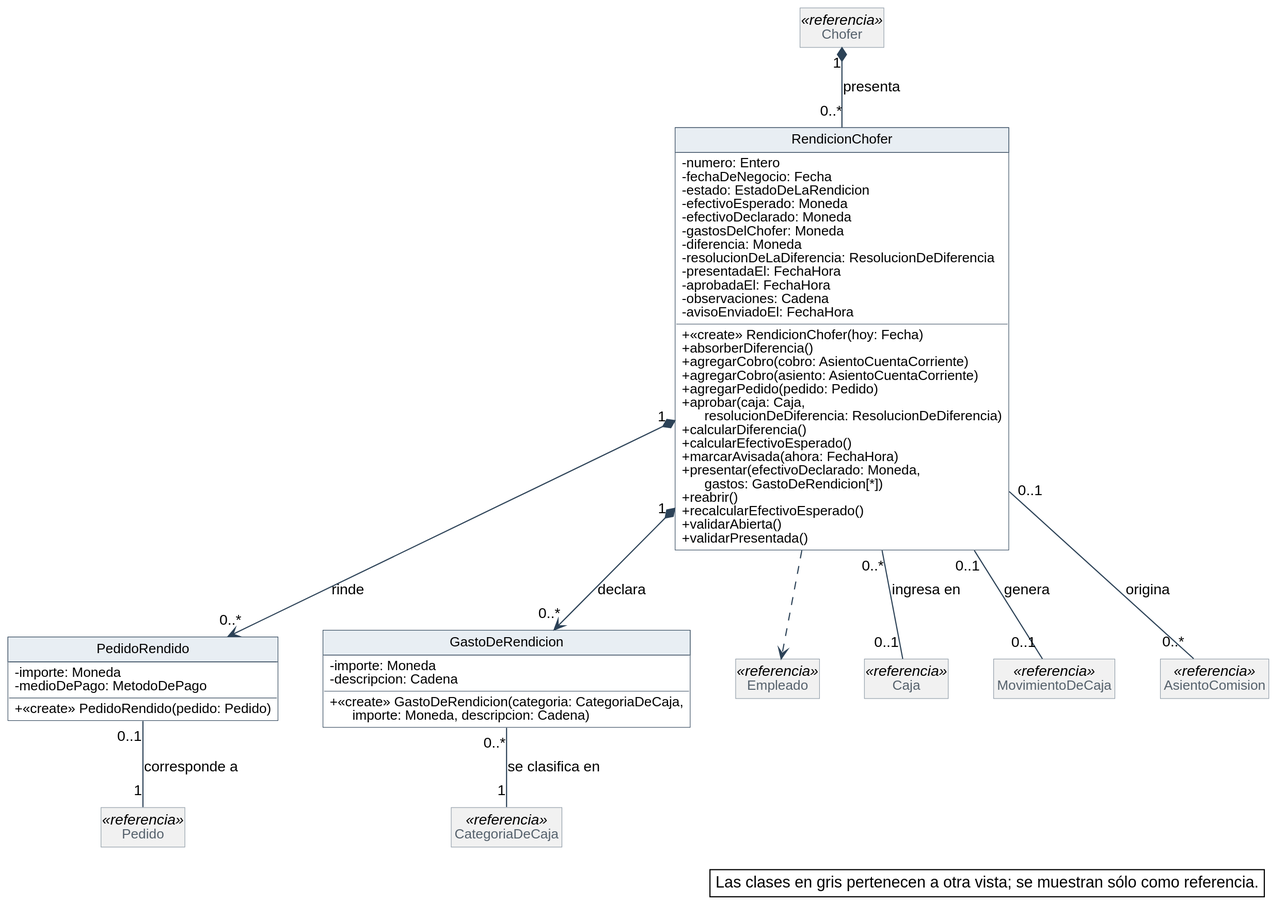
The PlantUML diagram diagramas/clases-diseno/DC_Rendicion.svg in Nahuelito-Dev/splg-docs, before a commit. Its diagram source:
```plantuml
@startuml
skinparam backgroundColor #FFFFFF
skinparam shadowing false
skinparam defaultFontName Helvetica
skinparam defaultFontSize 13
skinparam dpi 150
skinparam nodesep 40
skinparam ranksep 55
skinparam classAttributeIconSize 0
skinparam roundCorner 0
skinparam genericDisplay old
skinparam class {
  BorderColor #2C4257
  BackgroundColor #FFFFFF
  ArrowColor #2C4257
  FontSize 14
  AttributeFontSize 12
  HeaderBackgroundColor #E8EEF3
}
skinparam class<<referencia>> {
  BackgroundColor #F1F1F1
  BorderColor #8A97A3
  FontColor #55616C
}
skinparam class<<fachada>> {
  HeaderBackgroundColor #D6E4F0
}
skinparam class<<controlador>> {
  HeaderBackgroundColor #D6E4F0
}
skinparam class<<fabricación pura>> {
  HeaderBackgroundColor #F3E9CF
}
skinparam class<<colección>> {
  HeaderBackgroundColor #E6E6E6
}
skinparam class<<adaptador>> {
  HeaderBackgroundColor #DCEBDD
}
skinparam interface {
  BorderColor #2C4257
  BackgroundColor #FFFFFF
  HeaderBackgroundColor #DCEBDD
  FontSize 14
  AttributeFontSize 12
}
skinparam note {
  BackgroundColor #FFFFFF
  BorderColor #2C4257
}
skinparam packageStyle rectangle
skinparam package {
  BorderColor #8A97A3
  FontSize 13
  FontColor #55616C
}
hide circle
hide empty members

class RendicionChofer {
  - numero: Entero
  - fechaDeNegocio: Fecha
  - estado: EstadoDeLaRendicion
  - efectivoEsperado: Moneda
  - efectivoDeclarado: Moneda
  - gastosDelChofer: Moneda
  - diferencia: Moneda
  - resolucionDeLaDiferencia: ResolucionDeDiferencia
  - presentadaEl: FechaHora
  - aprobadaEl: FechaHora
  - observaciones: Cadena
  - avisoEnviadoEl: FechaHora
  + «create» RendicionChofer(hoy: Fecha)
  + absorberDiferencia()
  + agregarCobro(cobro: AsientoCuentaCorriente)
  + agregarCobro(asiento: AsientoCuentaCorriente)
  + agregarPedido(pedido: Pedido)
  + aprobar(caja: Caja,\n      resolucionDeDiferencia: ResolucionDeDiferencia)
  + calcularDiferencia()
  + calcularEfectivoEsperado()
  + marcarAvisada(ahora: FechaHora)
  + presentar(efectivoDeclarado: Moneda,\n      gastos: GastoDeRendicion[*])
  + reabrir()
  + recalcularEfectivoEsperado()
  + validarAbierta()
  + validarPresentada()
}
class PedidoRendido {
  - importe: Moneda
  - medioDePago: MetodoDePago
  + «create» PedidoRendido(pedido: Pedido)
}
class GastoDeRendicion {
  - importe: Moneda
  - descripcion: Cadena
  + «create» GastoDeRendicion(categoria: CategoriaDeCaja,\n      importe: Moneda, descripcion: Cadena)
}
class Chofer <<referencia>>
class Empleado <<referencia>>
class Pedido <<referencia>>
class Caja <<referencia>>
class MovimientoDeCaja <<referencia>>
class CategoriaDeCaja <<referencia>>
class AsientoComision <<referencia>>

Chofer "1" *-- "0..*" RendicionChofer : presenta
RendicionChofer "0..*" -- "0..1" Caja : ingresa en
RendicionChofer "0..1" -- "0..1" MovimientoDeCaja : genera
RendicionChofer "1" *--> "0..*" PedidoRendido : rinde
PedidoRendido "0..1" -- "1" Pedido : corresponde a
RendicionChofer "1" *--> "0..*" GastoDeRendicion : declara
GastoDeRendicion "0..*" -- "1" CategoriaDeCaja : se clasifica en
RendicionChofer "0..1" -- "0..*" AsientoComision : origina
RendicionChofer ..> Empleado

legend bottom right
  Las clases en gris pertenecen a otra vista; se muestran sólo como referencia.
endlegend
@enduml
```
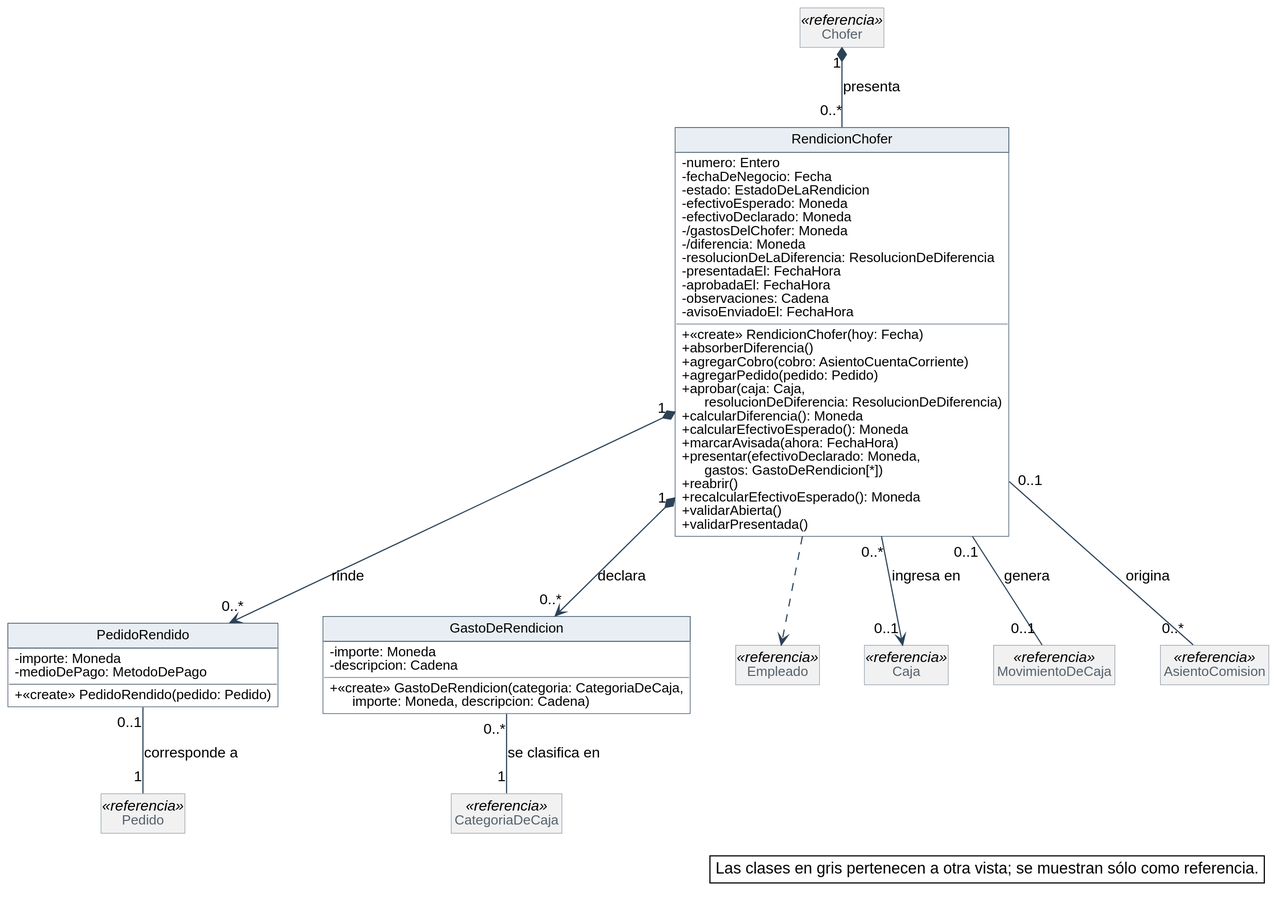
Later version of the same file.

What changed in the source:
```diff
@@ -63,8 +63,8 @@
   - estado: EstadoDeLaRendicion
   - efectivoEsperado: Moneda
   - efectivoDeclarado: Moneda
-  - gastosDelChofer: Moneda
-  - diferencia: Moneda
+  - /gastosDelChofer: Moneda
+  - /diferencia: Moneda
   - resolucionDeLaDiferencia: ResolucionDeDiferencia
   - presentadaEl: FechaHora
   - aprobadaEl: FechaHora
@@ -73,15 +73,14 @@
   + «create» RendicionChofer(hoy: Fecha)
   + absorberDiferencia()
   + agregarCobro(cobro: AsientoCuentaCorriente)
-  + agregarCobro(asiento: AsientoCuentaCorriente)
   + agregarPedido(pedido: Pedido)
   + aprobar(caja: Caja,\n      resolucionDeDiferencia: ResolucionDeDiferencia)
-  + calcularDiferencia()
-  + calcularEfectivoEsperado()
+  + calcularDiferencia(): Moneda
+  + calcularEfectivoEsperado(): Moneda
   + marcarAvisada(ahora: FechaHora)
   + presentar(efectivoDeclarado: Moneda,\n      gastos: GastoDeRendicion[*])
   + reabrir()
-  + recalcularEfectivoEsperado()
+  + recalcularEfectivoEsperado(): Moneda
   + validarAbierta()
   + validarPresentada()
 }
@@ -104,7 +103,7 @@
 class AsientoComision <<referencia>>
 
 Chofer "1" *-- "0..*" RendicionChofer : presenta
-RendicionChofer "0..*" -- "0..1" Caja : ingresa en
+RendicionChofer "0..*" --> "0..1" Caja : ingresa en
 RendicionChofer "0..1" -- "0..1" MovimientoDeCaja : genera
 RendicionChofer "1" *--> "0..*" PedidoRendido : rinde
 PedidoRendido "0..1" -- "1" Pedido : corresponde a
```
